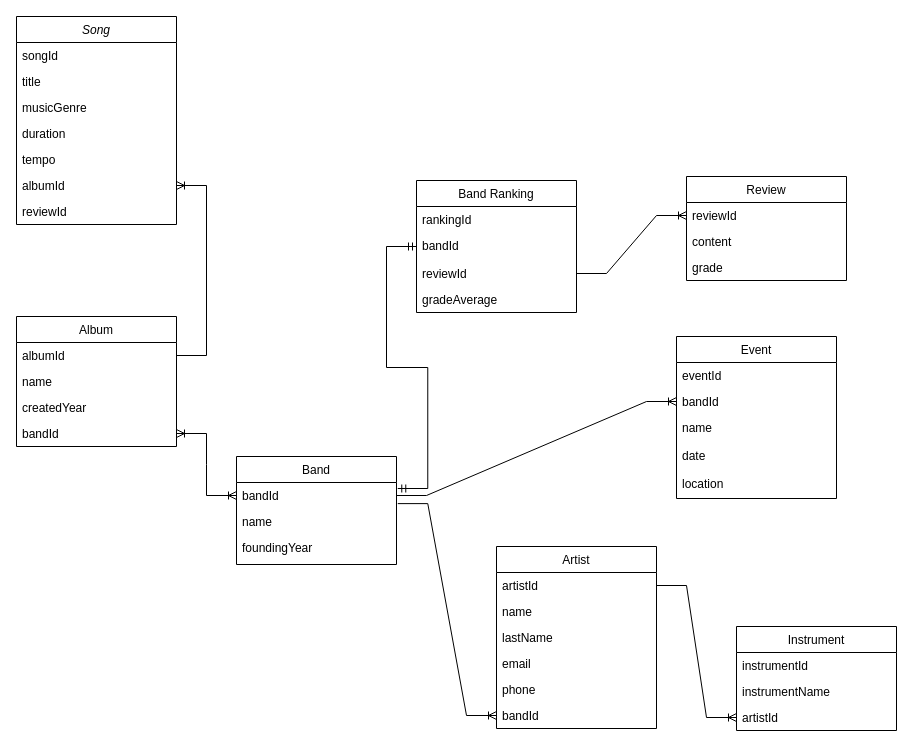
Kuba1618/TO keeps this draw.io diagram as page "Page-1" (1 of 3) of Temat3/hibernate.drawio. Above is the earlier version. Source tidied: cells renumbered, new cells numbered last; positions are measured from the earlier drawing's top-left corner, leaving out a move shared by most shapes. Both pictures are drawn from the tidied source at 100%, with x=0, y=0 at pixel (16, 16).
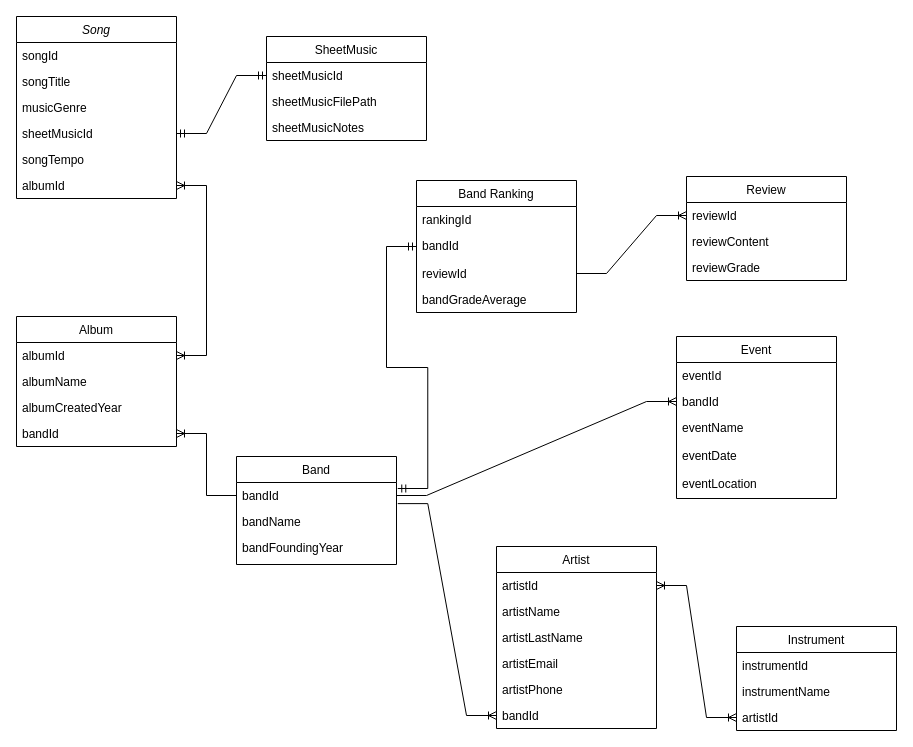
Above is the later version.

Commit message:
Add class diagram

The change refers to these unchanged cells:
```xml
<mxCell id="8" value="albumId" style="text;align=left;verticalAlign=top;spacingLeft=4;spacingRight=4;overflow=hidden;points=[[0,0.5],[1,0.5]];portConstraint=eastwest;rounded=0;shadow=0;html=0;" parent="2" vertex="1">
  <mxGeometry y="156" width="160" height="26" as="geometry" />
</mxCell>
<mxCell id="10" value="Artist" style="swimlane;fontStyle=0;align=center;verticalAlign=top;horizontal=1;startSize=26;rounded=0;shadow=0;strokeWidth=1;" parent="1" vertex="1">
  <mxGeometry x="480" y="530" width="160" height="182" as="geometry" />
</mxCell>
<mxCell id="11" value="artistId" style="text;align=left;verticalAlign=top;spacingLeft=4;spacingRight=4;overflow=hidden;points=[[0,0.5],[1,0.5]];portConstraint=eastwest;" parent="10" vertex="1">
  <mxGeometry y="26" width="160" height="26" as="geometry" />
</mxCell>
<mxCell id="17" value="Album" style="swimlane;fontStyle=0;align=center;verticalAlign=top;horizontal=1;startSize=26;rounded=0;shadow=0;strokeWidth=1;" parent="1" vertex="1">
  <mxGeometry y="300" width="160" height="130" as="geometry" />
</mxCell>
<mxCell id="18" value="albumId" style="text;align=left;verticalAlign=top;spacingLeft=4;spacingRight=4;overflow=hidden;points=[[0,0.5],[1,0.5]];portConstraint=eastwest;" parent="17" vertex="1">
  <mxGeometry y="26" width="160" height="26" as="geometry" />
</mxCell>
<mxCell id="21" value="bandId" style="text;align=left;verticalAlign=top;spacingLeft=4;spacingRight=4;overflow=hidden;points=[[0,0.5],[1,0.5]];portConstraint=eastwest;rounded=0;shadow=0;html=0;" parent="17" vertex="1">
  <mxGeometry y="104" width="160" height="26" as="geometry" />
</mxCell>
<mxCell id="22" value="Band" style="swimlane;fontStyle=0;align=center;verticalAlign=top;horizontal=1;startSize=26;rounded=0;shadow=0;strokeWidth=1;" parent="1" vertex="1">
  <mxGeometry x="220" y="440" width="160" height="108" as="geometry" />
</mxCell>
<mxCell id="23" value="bandId" style="text;align=left;verticalAlign=top;spacingLeft=4;spacingRight=4;overflow=hidden;points=[[0,0.5],[1,0.5]];portConstraint=eastwest;" parent="22" vertex="1">
  <mxGeometry y="26" width="160" height="26" as="geometry" />
</mxCell>
<mxCell id="29" value="artistId" style="text;align=left;verticalAlign=top;spacingLeft=4;spacingRight=4;overflow=hidden;points=[[0,0.5],[1,0.5]];portConstraint=eastwest;rounded=0;shadow=0;html=0;" parent="26" vertex="1">
  <mxGeometry y="78" width="160" height="26" as="geometry" />
</mxCell>
<mxCell id="30" value="Review&#10;" style="swimlane;fontStyle=0;align=center;verticalAlign=top;horizontal=1;startSize=26;rounded=0;shadow=0;strokeWidth=1;" parent="1" vertex="1">
  <mxGeometry x="670" y="160" width="160" height="104" as="geometry" />
</mxCell>
<mxCell id="34" value="Band Ranking" style="swimlane;fontStyle=0;align=center;verticalAlign=top;horizontal=1;startSize=26;rounded=0;shadow=0;strokeWidth=1;" parent="1" vertex="1">
  <mxGeometry x="400" y="164" width="160" height="132" as="geometry" />
</mxCell>
<mxCell id="39" value="Event" style="swimlane;fontStyle=0;align=center;verticalAlign=top;horizontal=1;startSize=26;rounded=0;shadow=0;strokeWidth=1;" parent="1" vertex="1">
  <mxGeometry x="660" y="320" width="160" height="162" as="geometry" />
</mxCell>
```

Change to the diagram source:
```diff
@@
     <mxCell id="2" value="Song" style="swimlane;fontStyle=2;align=center;verticalAlign=top;horizontal=1;startSize=26;rounded=0;shadow=0;strokeWidth=1;" parent="1" vertex="1">
-      <mxGeometry width="160" height="208" as="geometry" />
+      <mxGeometry width="160" height="182" as="geometry" />
     </mxCell>
@@
-    <mxCell id="4" value="title" style="text;align=left;verticalAlign=top;spacingLeft=4;spacingRight=4;overflow=hidden;rounded=0;shadow=0;html=0;" parent="2" vertex="1">
+    <mxCell id="4" value="songTitle&#10;&#10;" style="text;align=left;verticalAlign=top;spacingLeft=4;spacingRight=4;overflow=hidden;rounded=0;shadow=0;html=0;" parent="2" vertex="1">
       <mxGeometry y="52" width="160" height="26" as="geometry" />
     </mxCell>
@@
-    <mxCell id="6" value="duration" style="text;align=left;verticalAlign=top;spacingLeft=4;spacingRight=4;overflow=hidden;points=[[0,0.5],[1,0.5]];portConstraint=eastwest;rounded=0;shadow=0;html=0;" parent="2" vertex="1">
+    <mxCell id="6" value="sheetMusicId" style="text;align=left;verticalAlign=top;spacingLeft=4;spacingRight=4;overflow=hidden;points=[[0,0.5],[1,0.5]];portConstraint=eastwest;rounded=0;shadow=0;html=0;" parent="2" vertex="1">
       <mxGeometry y="104" width="160" height="26" as="geometry" />
     </mxCell>
-    <mxCell id="7" value="tempo" style="text;align=left;verticalAlign=top;spacingLeft=4;spacingRight=4;overflow=hidden;rounded=0;shadow=0;html=0;" parent="2" vertex="1">
+    <mxCell id="7" value="songTempo" style="text;align=left;verticalAlign=top;spacingLeft=4;spacingRight=4;overflow=hidden;rounded=0;shadow=0;html=0;" parent="2" vertex="1">
       <mxGeometry y="130" width="160" height="26" as="geometry" />
     </mxCell>
@@
-    <mxCell id="9" value="reviewId" style="text;align=left;verticalAlign=top;spacingLeft=4;spacingRight=4;overflow=hidden;rounded=0;shadow=0;html=0;" parent="2" vertex="1">
-      <mxGeometry y="182" width="160" height="26" as="geometry" />
-    </mxCell>
@@
-    <mxCell id="12" value="name" style="text;align=left;verticalAlign=top;spacingLeft=4;spacingRight=4;overflow=hidden;rounded=0;shadow=0;html=0;" parent="10" vertex="1">
+    <mxCell id="12" value="artistName" style="text;align=left;verticalAlign=top;spacingLeft=4;spacingRight=4;overflow=hidden;rounded=0;shadow=0;html=0;" parent="10" vertex="1">
       <mxGeometry y="52" width="160" height="26" as="geometry" />
     </mxCell>
-    <mxCell id="13" value="lastName" style="text;align=left;verticalAlign=top;spacingLeft=4;spacingRight=4;overflow=hidden;rounded=0;shadow=0;html=0;" parent="10" vertex="1">
+    <mxCell id="13" value="artistLastName" style="text;align=left;verticalAlign=top;spacingLeft=4;spacingRight=4;overflow=hidden;rounded=0;shadow=0;html=0;" parent="10" vertex="1">
       <mxGeometry y="78" width="160" height="26" as="geometry" />
     </mxCell>
-    <mxCell id="14" value="email" style="text;align=left;verticalAlign=top;spacingLeft=4;spacingRight=4;overflow=hidden;rounded=0;shadow=0;html=0;" parent="10" vertex="1">
+    <mxCell id="14" value="artistEmail" style="text;align=left;verticalAlign=top;spacingLeft=4;spacingRight=4;overflow=hidden;rounded=0;shadow=0;html=0;" parent="10" vertex="1">
       <mxGeometry y="104" width="160" height="26" as="geometry" />
     </mxCell>
-    <mxCell id="15" value="phone" style="text;align=left;verticalAlign=top;spacingLeft=4;spacingRight=4;overflow=hidden;rounded=0;shadow=0;html=0;" parent="10" vertex="1">
+    <mxCell id="15" value="artistPhone" style="text;align=left;verticalAlign=top;spacingLeft=4;spacingRight=4;overflow=hidden;rounded=0;shadow=0;html=0;" parent="10" vertex="1">
       <mxGeometry y="130" width="160" height="26" as="geometry" />
     </mxCell>
@@
-    <mxCell id="19" value="name" style="text;align=left;verticalAlign=top;spacingLeft=4;spacingRight=4;overflow=hidden;rounded=0;shadow=0;html=0;" parent="17" vertex="1">
+    <mxCell id="19" value="albumName" style="text;align=left;verticalAlign=top;spacingLeft=4;spacingRight=4;overflow=hidden;rounded=0;shadow=0;html=0;" parent="17" vertex="1">
       <mxGeometry y="52" width="160" height="26" as="geometry" />
     </mxCell>
-    <mxCell id="20" value="createdYear" style="text;align=left;verticalAlign=top;spacingLeft=4;spacingRight=4;overflow=hidden;rounded=0;shadow=0;html=0;" parent="17" vertex="1">
+    <mxCell id="20" value="albumCreatedYear" style="text;align=left;verticalAlign=top;spacingLeft=4;spacingRight=4;overflow=hidden;rounded=0;shadow=0;html=0;" parent="17" vertex="1">
       <mxGeometry y="78" width="160" height="26" as="geometry" />
     </mxCell>
@@
-    <mxCell id="24" value="name" style="text;align=left;verticalAlign=top;spacingLeft=4;spacingRight=4;overflow=hidden;" parent="22" vertex="1">
+    <mxCell id="24" value="bandName" style="text;align=left;verticalAlign=top;spacingLeft=4;spacingRight=4;overflow=hidden;" parent="22" vertex="1">
       <mxGeometry y="52" width="160" height="26" as="geometry" />
     </mxCell>
-    <mxCell id="25" value="foundingYear" style="text;align=left;verticalAlign=top;spacingLeft=4;spacingRight=4;overflow=hidden;rounded=0;shadow=0;html=0;" parent="22" vertex="1">
+    <mxCell id="25" value="bandFoundingYear" style="text;align=left;verticalAlign=top;spacingLeft=4;spacingRight=4;overflow=hidden;rounded=0;shadow=0;html=0;" parent="22" vertex="1">
       <mxGeometry y="78" width="160" height="26" as="geometry" />
     </mxCell>
@@
-    <mxCell id="32" value="content" style="text;align=left;verticalAlign=top;spacingLeft=4;spacingRight=4;overflow=hidden;rounded=0;shadow=0;html=0;" parent="30" vertex="1">
+    <mxCell id="32" value="reviewContent" style="text;align=left;verticalAlign=top;spacingLeft=4;spacingRight=4;overflow=hidden;rounded=0;shadow=0;html=0;" parent="30" vertex="1">
       <mxGeometry y="52" width="160" height="26" as="geometry" />
     </mxCell>
-    <mxCell id="33" value="grade" style="text;align=left;verticalAlign=top;spacingLeft=4;spacingRight=4;overflow=hidden;rounded=0;shadow=0;html=0;" parent="30" vertex="1">
+    <mxCell id="33" value="reviewGrade" style="text;align=left;verticalAlign=top;spacingLeft=4;spacingRight=4;overflow=hidden;rounded=0;shadow=0;html=0;" parent="30" vertex="1">
       <mxGeometry y="78" width="160" height="26" as="geometry" />
     </mxCell>
@@
-    <mxCell id="38" value="gradeAverage" style="text;align=left;verticalAlign=top;spacingLeft=4;spacingRight=4;overflow=hidden;rounded=0;shadow=0;html=0;" parent="34" vertex="1">
+    <mxCell id="38" value="bandGradeAverage" style="text;align=left;verticalAlign=top;spacingLeft=4;spacingRight=4;overflow=hidden;rounded=0;shadow=0;html=0;" parent="34" vertex="1">
       <mxGeometry y="106" width="160" height="26" as="geometry" />
     </mxCell>
@@
-    <mxCell id="42" value="name" style="text;align=left;verticalAlign=top;spacingLeft=4;spacingRight=4;overflow=hidden;rounded=0;shadow=0;html=0;" parent="39" vertex="1">
+    <mxCell id="42" value="eventName" style="text;align=left;verticalAlign=top;spacingLeft=4;spacingRight=4;overflow=hidden;rounded=0;shadow=0;html=0;" parent="39" vertex="1">
       <mxGeometry y="78" width="160" height="28" as="geometry" />
     </mxCell>
-    <mxCell id="43" value="date" style="text;align=left;verticalAlign=top;spacingLeft=4;spacingRight=4;overflow=hidden;rounded=0;shadow=0;html=0;" parent="39" vertex="1">
+    <mxCell id="43" value="eventDate" style="text;align=left;verticalAlign=top;spacingLeft=4;spacingRight=4;overflow=hidden;rounded=0;shadow=0;html=0;" parent="39" vertex="1">
       <mxGeometry y="106" width="160" height="28" as="geometry" />
     </mxCell>
-    <mxCell id="44" value="location" style="text;align=left;verticalAlign=top;spacingLeft=4;spacingRight=4;overflow=hidden;rounded=0;shadow=0;html=0;" parent="39" vertex="1">
+    <mxCell id="44" value="eventLocation" style="text;align=left;verticalAlign=top;spacingLeft=4;spacingRight=4;overflow=hidden;rounded=0;shadow=0;html=0;" parent="39" vertex="1">
       <mxGeometry y="134" width="160" height="28" as="geometry" />
     </mxCell>
@@
-    <mxCell id="46" style="edgeStyle=entityRelationEdgeStyle;fontSize=12;html=1;endArrow=ERoneToMany;rounded=0;exitX=1;exitY=0.5;exitDx=0;exitDy=0;entryX=1;entryY=0.5;entryDx=0;entryDy=0;" parent="1" edge="1" source="18" target="8">
-      <mxGeometry relative="1" as="geometry" />
-    </mxCell>
-    <mxCell id="47" style="edgeStyle=entityRelationEdgeStyle;fontSize=12;html=1;endArrow=ERoneToMany;rounded=0;exitX=1;exitY=0.5;exitDx=0;exitDy=0;entryX=0;entryY=0.5;entryDx=0;entryDy=0;" parent="1" edge="1" source="11" target="29">
-      <mxGeometry relative="1" as="geometry" />
-    </mxCell>
@@
-    <mxCell id="51" style="edgeStyle=entityRelationEdgeStyle;fontSize=12;html=1;endArrow=ERoneToMany;startArrow=ERoneToMany;rounded=0;entryX=0;entryY=0.5;entryDx=0;entryDy=0;exitX=1;exitY=0.5;exitDx=0;exitDy=0;" parent="1" edge="1" source="21" target="23">
-      <mxGeometry relative="1" as="geometry" />
-    </mxCell>
+    <mxCell id="47" style="edgeStyle=entityRelationEdgeStyle;fontSize=12;html=1;endArrow=ERoneToMany;startArrow=ERoneToMany;rounded=0;entryX=0;entryY=0.5;entryDx=0;entryDy=0;exitX=1;exitY=0.5;exitDx=0;exitDy=0;" parent="1" edge="1" source="11" target="29">
+      <mxGeometry relative="1" as="geometry" />
+    </mxCell>
+    <mxCell id="52" style="edgeStyle=entityRelationEdgeStyle;fontSize=12;html=1;endArrow=ERoneToMany;rounded=0;exitX=0;exitY=0.5;exitDx=0;exitDy=0;entryX=1;entryY=0.5;entryDx=0;entryDy=0;" parent="1" edge="1" source="23" target="21">
+      <mxGeometry relative="1" as="geometry" />
+    </mxCell>
+    <mxCell id="53" value="SheetMusic" style="swimlane;fontStyle=0;align=center;verticalAlign=top;horizontal=1;startSize=26;rounded=0;shadow=0;strokeWidth=1;" parent="1" vertex="1">
+      <mxGeometry x="250" y="20" width="160" height="104" as="geometry" />
+    </mxCell>
+    <mxCell id="54" value="sheetMusicId" style="text;align=left;verticalAlign=top;spacingLeft=4;spacingRight=4;overflow=hidden;points=[[0,0.5],[1,0.5]];portConstraint=eastwest;" parent="53" vertex="1">
+      <mxGeometry y="26" width="160" height="26" as="geometry" />
+    </mxCell>
+    <mxCell id="55" value="sheetMusicFilePath" style="text;align=left;verticalAlign=top;spacingLeft=4;spacingRight=4;overflow=hidden;rounded=0;shadow=0;html=0;" parent="53" vertex="1">
+      <mxGeometry y="52" width="160" height="26" as="geometry" />
+    </mxCell>
+    <mxCell id="56" value="sheetMusicNotes" style="text;align=left;verticalAlign=top;spacingLeft=4;spacingRight=4;overflow=hidden;rounded=0;shadow=0;html=0;" parent="53" vertex="1">
+      <mxGeometry y="78" width="160" height="26" as="geometry" />
+    </mxCell>
+    <mxCell id="57" style="edgeStyle=entityRelationEdgeStyle;fontSize=12;html=1;endArrow=ERmandOne;startArrow=ERmandOne;rounded=0;entryX=0;entryY=0.5;entryDx=0;entryDy=0;exitX=1;exitY=0.5;exitDx=0;exitDy=0;" parent="1" edge="1" source="6" target="54">
+      <mxGeometry relative="1" as="geometry" />
+    </mxCell>
+    <mxCell id="58" style="edgeStyle=entityRelationEdgeStyle;fontSize=12;html=1;endArrow=ERoneToMany;startArrow=ERoneToMany;rounded=0;exitX=1;exitY=0.5;exitDx=0;exitDy=0;entryX=1;entryY=0.5;entryDx=0;entryDy=0;" parent="1" edge="1" source="8" target="18">
+      <mxGeometry relative="1" as="geometry" />
+    </mxCell>
```
